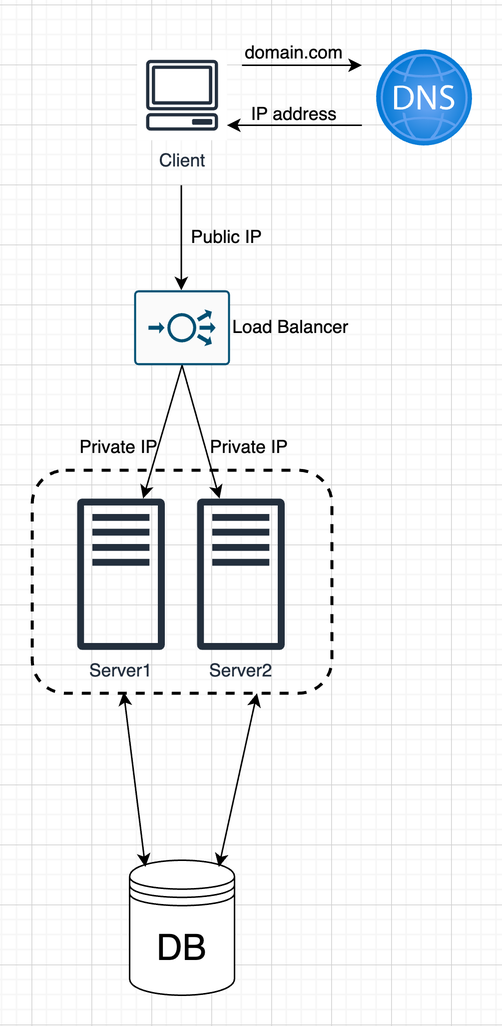
Earlier version of the draw.io export 03-load-balancer-several-servers.drawio.png (eidelbaev/system-design). Source tidied: cells renumbered, new cells last; positions are measured from the earlier drawing's top-left corner, leaving out a move shared by most shapes. Its diagram source:
```xml
<mxGraphModel>
  <root>
    <mxCell id="0" />
    <mxCell id="1" parent="0" />
    <mxCell id="2" style="rounded=1;whiteSpace=wrap;html=1;dashed=1;strokeWidth=2;fillColor=none;" parent="1" vertex="1">
      <mxGeometry y="293" width="200" height="148.7" as="geometry" />
    </mxCell>
    <mxCell id="3" style="image;html=1;align=center;fontSize=12;image=img/lib/azure2/networking/DNS_Zones.svg;" parent="1" vertex="1">
      <mxGeometry x="230" y="13" width="64" height="64" as="geometry" />
    </mxCell>
    <mxCell id="4" value="Client" style="sketch=0;fontColor=#232F3E;gradientColor=none;strokeColor=#232F3E;fillColor=#ffffff;dashed=0;verticalLabelPosition=bottom;verticalAlign=top;align=center;html=1;fontSize=12;fontStyle=0;shape=mxgraph.aws4.resourceIcon;resIcon=mxgraph.aws4.client;" parent="1" vertex="1">
      <mxGeometry x="70" y="13" width="60" height="60" as="geometry" />
    </mxCell>
    <mxCell id="5" style="endArrow=classic;html=1;rounded=0;" parent="1" edge="1">
      <mxGeometry relative="1" as="geometry">
        <mxPoint x="140" y="23" as="sourcePoint" />
        <mxPoint x="220" y="23" as="targetPoint" />
      </mxGeometry>
    </mxCell>
    <mxCell id="6" style="endArrow=classic;html=1;rounded=0;" parent="1" edge="1">
      <mxGeometry relative="1" as="geometry">
        <mxPoint x="220" y="63" as="sourcePoint" />
        <mxPoint x="130" y="63" as="targetPoint" />
      </mxGeometry>
    </mxCell>
    <mxCell id="7" value="domain.com" style="text;html=1;align=center;verticalAlign=middle;whiteSpace=wrap;rounded=0;" parent="1" vertex="1">
      <mxGeometry x="145" width="60" height="30" as="geometry" />
    </mxCell>
    <mxCell id="8" value="IP address" style="text;html=1;align=center;verticalAlign=middle;whiteSpace=wrap;rounded=0;" parent="1" vertex="1">
      <mxGeometry x="145" y="41" width="60" height="30" as="geometry" />
    </mxCell>
    <mxCell id="9" style="endArrow=classic;html=1;rounded=0;" parent="1" edge="1">
      <mxGeometry relative="1" as="geometry">
        <mxPoint x="99.5" y="103" as="sourcePoint" />
        <mxPoint x="99.5" y="173" as="targetPoint" />
      </mxGeometry>
    </mxCell>
    <mxCell id="10" value="&lt;font style=&quot;font-size: 24px;&quot;&gt;DB&lt;/font&gt;" style="shape=datastore;whiteSpace=wrap;html=1;" parent="1" vertex="1">
      <mxGeometry x="65" y="553" width="70" height="90" as="geometry" />
    </mxCell>
    <mxCell id="11" value="Server1" style="sketch=0;outlineConnect=0;fontColor=#232F3E;gradientColor=none;fillColor=#232F3D;strokeColor=none;dashed=0;verticalLabelPosition=bottom;verticalAlign=top;align=center;html=1;fontSize=12;fontStyle=0;shape=mxgraph.aws4.traditional_server;strokeWidth=1;" parent="1" vertex="1">
      <mxGeometry x="30" y="311.7" width="58.5" height="101.3" as="geometry" />
    </mxCell>
    <mxCell id="12" value="Server2" style="sketch=0;outlineConnect=0;fontColor=#232F3E;gradientColor=none;fillColor=#232F3D;strokeColor=none;dashed=0;verticalLabelPosition=bottom;verticalAlign=top;align=center;html=1;fontSize=12;fontStyle=0;shape=mxgraph.aws4.traditional_server;strokeWidth=1;" parent="1" vertex="1">
      <mxGeometry x="110" y="311.7" width="58.5" height="101.3" as="geometry" />
    </mxCell>
    <mxCell id="13" style="endArrow=classic;startArrow=classic;html=1;rounded=0;exitX=0.15;exitY=0.05;exitDx=0;exitDy=0;entryX=0.305;entryY=0.995;entryDx=0;entryDy=0;entryPerimeter=0;exitPerimeter=0;" parent="1" edge="1" source="10" target="2">
      <mxGeometry relative="1" as="geometry" />
    </mxCell>
    <mxCell id="14" style="endArrow=classic;startArrow=classic;html=1;rounded=0;exitX=0.85;exitY=0.05;exitDx=0;exitDy=0;entryX=0.75;entryY=1;entryDx=0;entryDy=0;exitPerimeter=0;" parent="1" edge="1" source="10" target="2">
      <mxGeometry relative="1" as="geometry" />
    </mxCell>
    <mxCell id="15" value="Load Balancer" style="sketch=0;points=[[0.015,0.015,0],[0.985,0.015,0],[0.985,0.985,0],[0.015,0.985,0],[0.25,0,0],[0.5,0,0],[0.75,0,0],[1,0.25,0],[1,0.5,0],[1,0.75,0],[0.75,1,0],[0.5,1,0],[0.25,1,0],[0,0.75,0],[0,0.5,0],[0,0.25,0]];verticalLabelPosition=middle;html=1;verticalAlign=middle;align=left;shape=mxgraph.cisco19.rect;prIcon=load_balancer;fillColor=#FAFAFA;strokeColor=#005073;labelPosition=right;" parent="1" vertex="1">
      <mxGeometry x="68" y="173" width="64" height="50" as="geometry" />
    </mxCell>
    <mxCell id="16" style="endArrow=classic;html=1;rounded=0;exitX=0.5;exitY=1;exitDx=0;exitDy=0;exitPerimeter=0;" parent="1" edge="1" source="15" target="11">
      <mxGeometry relative="1" as="geometry" />
    </mxCell>
    <mxCell id="17" style="endArrow=classic;html=1;rounded=0;exitX=0.5;exitY=1;exitDx=0;exitDy=0;exitPerimeter=0;" parent="1" edge="1" source="15" target="12">
      <mxGeometry relative="1" as="geometry" />
    </mxCell>
    <mxCell id="18" value="Private IP" style="text;html=1;align=center;verticalAlign=middle;whiteSpace=wrap;rounded=0;" parent="1" vertex="1">
      <mxGeometry x="115" y="263" width="60" height="30" as="geometry" />
    </mxCell>
    <mxCell id="19" value="Private IP" style="text;html=1;align=center;verticalAlign=middle;whiteSpace=wrap;rounded=0;" parent="1" vertex="1">
      <mxGeometry x="28.5" y="263" width="60" height="30" as="geometry" />
    </mxCell>
    <mxCell id="20" value="Public&lt;span style=&quot;background-color: initial;&quot;&gt;&amp;nbsp;IP&lt;/span&gt;" style="text;html=1;align=center;verticalAlign=middle;whiteSpace=wrap;rounded=0;" parent="1" vertex="1">
      <mxGeometry x="100" y="123" width="60" height="30" as="geometry" />
    </mxCell>
  </root>
</mxGraphModel>
```
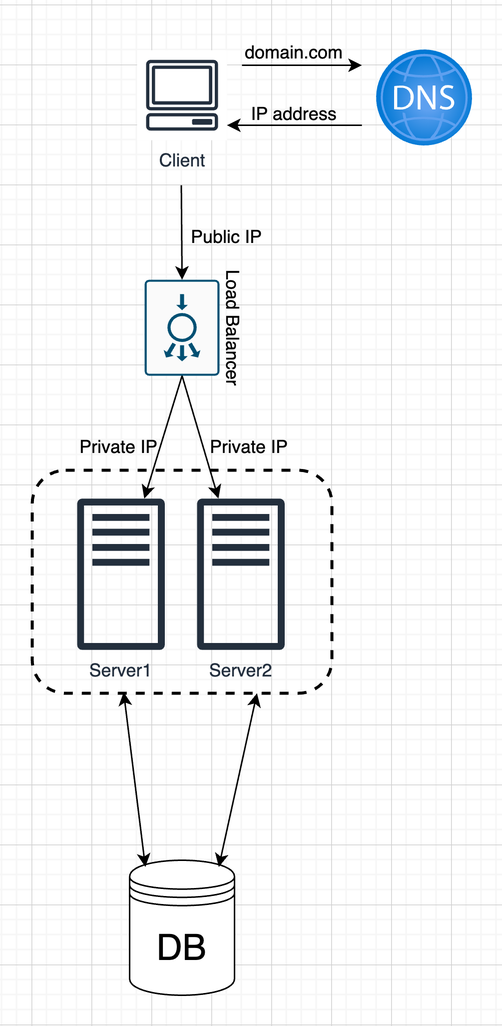
The same file after the commit.

Change to the diagram source:
```diff
@@ -29,10 +29,9 @@
     <mxCell id="8" value="IP address" style="text;html=1;align=center;verticalAlign=middle;whiteSpace=wrap;rounded=0;" parent="1" vertex="1">
       <mxGeometry x="145" y="41" width="60" height="30" as="geometry" />
     </mxCell>
-    <mxCell id="9" style="endArrow=classic;html=1;rounded=0;" parent="1" edge="1">
+    <mxCell id="9" style="endArrow=classic;html=1;rounded=0;entryX=0;entryY=0.5;entryDx=0;entryDy=0;entryPerimeter=0;" parent="1" edge="1" target="15">
       <mxGeometry relative="1" as="geometry">
         <mxPoint x="99.5" y="103" as="sourcePoint" />
-        <mxPoint x="99.5" y="173" as="targetPoint" />
       </mxGeometry>
     </mxCell>
     <mxCell id="10" value="&lt;font style=&quot;font-size: 24px;&quot;&gt;DB&lt;/font&gt;" style="shape=datastore;whiteSpace=wrap;html=1;" parent="1" vertex="1">
@@ -50,13 +49,13 @@
     <mxCell id="14" style="endArrow=classic;startArrow=classic;html=1;rounded=0;exitX=0.85;exitY=0.05;exitDx=0;exitDy=0;entryX=0.75;entryY=1;entryDx=0;entryDy=0;exitPerimeter=0;" parent="1" edge="1" source="10" target="2">
       <mxGeometry relative="1" as="geometry" />
     </mxCell>
-    <mxCell id="15" value="Load Balancer" style="sketch=0;points=[[0.015,0.015,0],[0.985,0.015,0],[0.985,0.985,0],[0.015,0.985,0],[0.25,0,0],[0.5,0,0],[0.75,0,0],[1,0.25,0],[1,0.5,0],[1,0.75,0],[0.75,1,0],[0.5,1,0],[0.25,1,0],[0,0.75,0],[0,0.5,0],[0,0.25,0]];verticalLabelPosition=middle;html=1;verticalAlign=middle;align=left;shape=mxgraph.cisco19.rect;prIcon=load_balancer;fillColor=#FAFAFA;strokeColor=#005073;labelPosition=right;" parent="1" vertex="1">
+    <mxCell id="15" value="Load Balancer" style="sketch=0;points=[[0.015,0.015,0],[0.985,0.015,0],[0.985,0.985,0],[0.015,0.985,0],[0.25,0,0],[0.5,0,0],[0.75,0,0],[1,0.25,0],[1,0.5,0],[1,0.75,0],[0.75,1,0],[0.5,1,0],[0.25,1,0],[0,0.75,0],[0,0.5,0],[0,0.25,0]];verticalLabelPosition=top;html=1;verticalAlign=bottom;align=center;shape=mxgraph.cisco19.rect;prIcon=load_balancer;fillColor=#FAFAFA;strokeColor=#005073;labelPosition=center;rotation=90;textDirection=ltr;" parent="1" vertex="1">
       <mxGeometry x="68" y="173" width="64" height="50" as="geometry" />
     </mxCell>
-    <mxCell id="16" style="endArrow=classic;html=1;rounded=0;exitX=0.5;exitY=1;exitDx=0;exitDy=0;exitPerimeter=0;" parent="1" edge="1" source="15" target="11">
+    <mxCell id="16" style="endArrow=classic;html=1;rounded=0;exitX=1;exitY=0.5;exitDx=0;exitDy=0;exitPerimeter=0;" parent="1" edge="1" source="15" target="11">
       <mxGeometry relative="1" as="geometry" />
     </mxCell>
-    <mxCell id="17" style="endArrow=classic;html=1;rounded=0;exitX=0.5;exitY=1;exitDx=0;exitDy=0;exitPerimeter=0;" parent="1" edge="1" source="15" target="12">
+    <mxCell id="17" style="endArrow=classic;html=1;rounded=0;exitX=1;exitY=0.5;exitDx=0;exitDy=0;exitPerimeter=0;" parent="1" edge="1" source="15" target="12">
       <mxGeometry relative="1" as="geometry" />
     </mxCell>
     <mxCell id="18" value="Private IP" style="text;html=1;align=center;verticalAlign=middle;whiteSpace=wrap;rounded=0;" parent="1" vertex="1">
```
